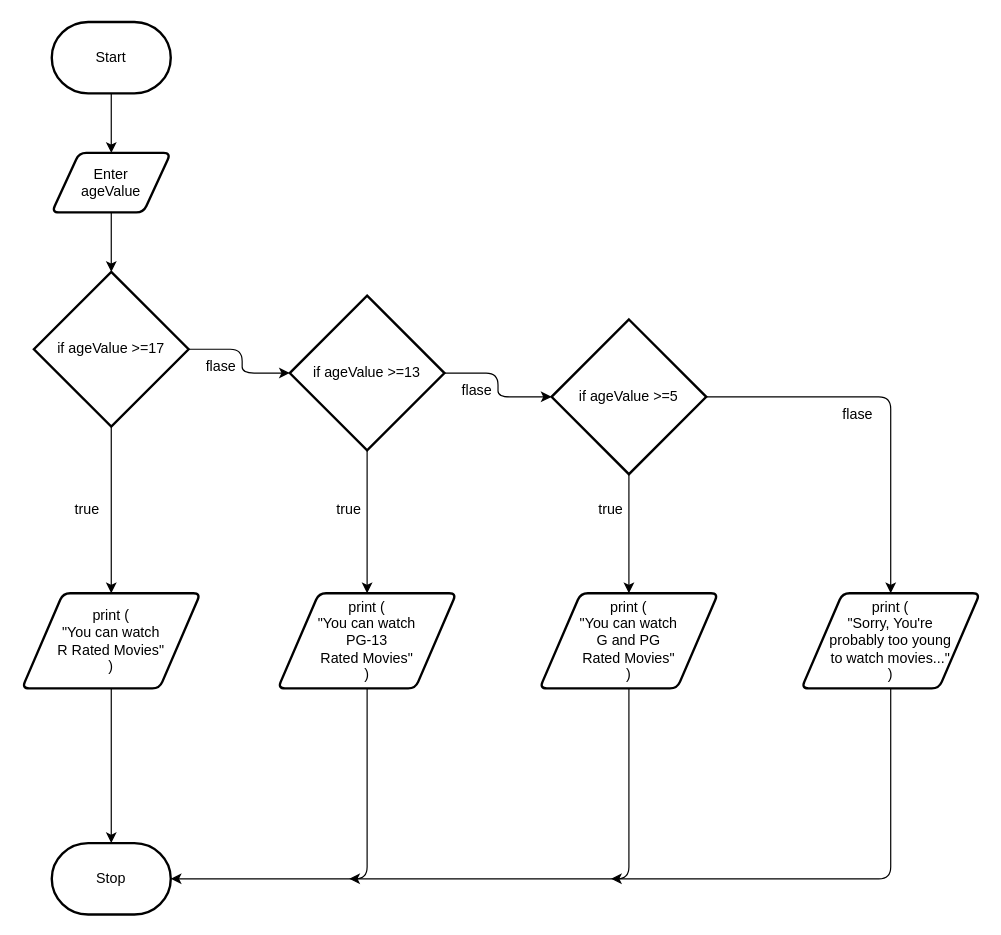
The draw.io diagram design/flow-chart.drawio in sam-corbett/ICS2O-Unit5-03-JS, before the edit. Source tidied: cells renumbered, new cells numbered last; positions are measured from the earlier drawing's top-left corner, leaving out a move shared by most shapes. Both pictures are drawn from the tidied source at 119%, with x=0, y=0 at pixel (21, 21).
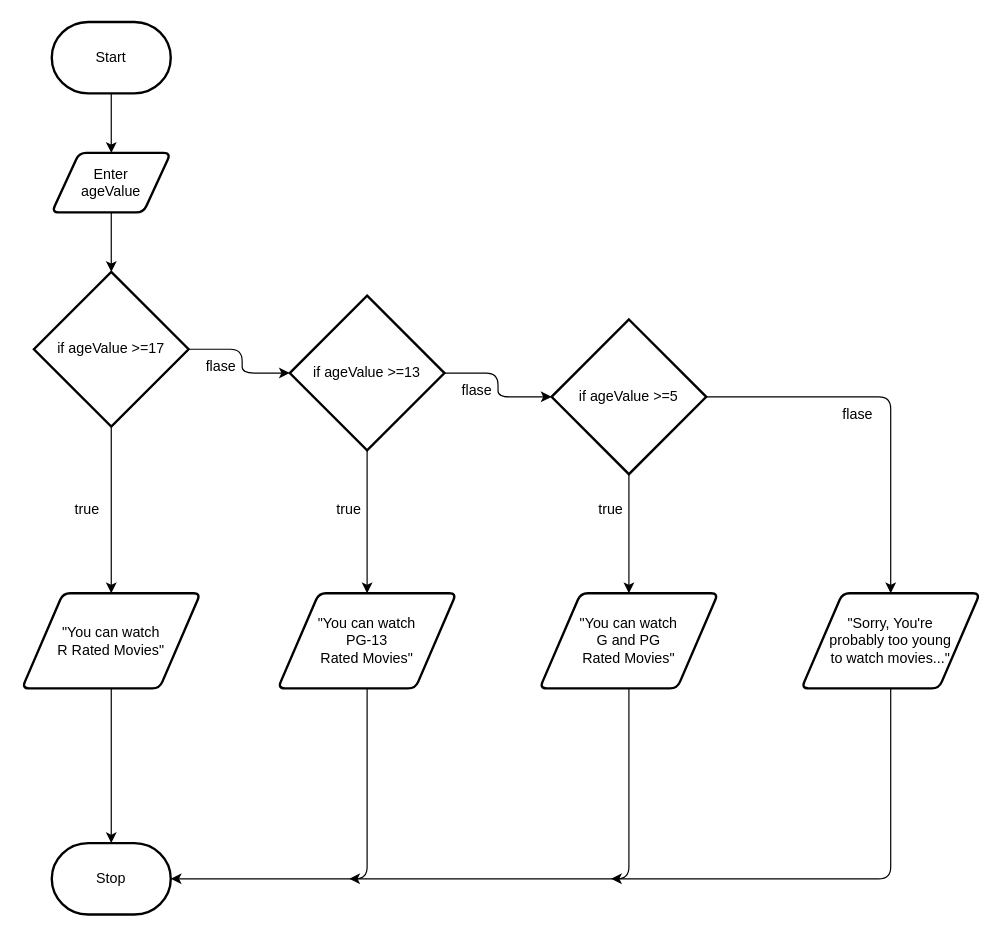
Above is the later version.

The edit, as a diff of the source:
```diff
@@
-    <mxCell id="10" value="&lt;span style=&quot;font-size: 12px&quot;&gt;print (&lt;br&gt;&quot;You can watch&lt;br&gt;R Rated Movies&quot;&lt;br&gt;)&lt;br&gt;&lt;/span&gt;" style="shape=parallelogram;html=1;strokeWidth=2;perimeter=parallelogramPerimeter;whiteSpace=wrap;rounded=1;arcSize=12;size=0.23;fontSize=9;" parent="1" vertex="1">
+    <mxCell id="10" value="&lt;span style=&quot;font-size: 12px&quot;&gt;&quot;You can watch&lt;br&gt;R Rated Movies&quot;&lt;br&gt;&lt;/span&gt;" style="shape=parallelogram;html=1;strokeWidth=2;perimeter=parallelogramPerimeter;whiteSpace=wrap;rounded=1;arcSize=12;size=0.23;fontSize=9;" parent="1" vertex="1">
       <mxGeometry y="480" width="150" height="80" as="geometry" />
     </mxCell>
@@
-    <mxCell id="16" value="&lt;span style=&quot;font-size: 12px&quot;&gt;print (&lt;br&gt;&quot;You can watch&lt;br&gt;PG-13 &lt;br&gt;Rated Movies&quot;&lt;br&gt;)&lt;br&gt;&lt;/span&gt;" style="shape=parallelogram;html=1;strokeWidth=2;perimeter=parallelogramPerimeter;whiteSpace=wrap;rounded=1;arcSize=12;size=0.23;fontSize=9;" parent="1" vertex="1">
+    <mxCell id="16" value="&lt;span style=&quot;font-size: 12px&quot;&gt;&quot;You can watch&lt;br&gt;PG-13 &lt;br&gt;Rated Movies&quot;&lt;br&gt;&lt;/span&gt;" style="shape=parallelogram;html=1;strokeWidth=2;perimeter=parallelogramPerimeter;whiteSpace=wrap;rounded=1;arcSize=12;size=0.23;fontSize=9;" parent="1" vertex="1">
       <mxGeometry x="215" y="480" width="150" height="80" as="geometry" />
     </mxCell>
@@
-    <mxCell id="23" value="&lt;span style=&quot;font-size: 12px&quot;&gt;print (&lt;br&gt;&quot;You can watch&lt;br&gt;G and PG &lt;br&gt;Rated Movies&quot;&lt;br&gt;)&lt;br&gt;&lt;/span&gt;" style="shape=parallelogram;html=1;strokeWidth=2;perimeter=parallelogramPerimeter;whiteSpace=wrap;rounded=1;arcSize=12;size=0.23;fontSize=9;" parent="1" vertex="1">
+    <mxCell id="23" value="&lt;span style=&quot;font-size: 12px&quot;&gt;&quot;You can watch&lt;br&gt;G and PG &lt;br&gt;Rated Movies&quot;&lt;br&gt;&lt;/span&gt;" style="shape=parallelogram;html=1;strokeWidth=2;perimeter=parallelogramPerimeter;whiteSpace=wrap;rounded=1;arcSize=12;size=0.23;fontSize=9;" parent="1" vertex="1">
       <mxGeometry x="435" y="480" width="150" height="80" as="geometry" />
     </mxCell>
@@
-    <mxCell id="25" value="&lt;span style=&quot;font-size: 12px&quot;&gt;print (&lt;br&gt;&quot;Sorry, You're&lt;br&gt;probably too young&lt;br&gt;to watch movies...&quot;&lt;br&gt;)&lt;br&gt;&lt;/span&gt;" style="shape=parallelogram;html=1;strokeWidth=2;perimeter=parallelogramPerimeter;whiteSpace=wrap;rounded=1;arcSize=12;size=0.23;fontSize=9;" parent="1" vertex="1">
+    <mxCell id="25" value="&lt;span style=&quot;font-size: 12px&quot;&gt;&quot;Sorry, You're&lt;br&gt;probably too young&lt;br&gt;to watch movies...&quot;&lt;br&gt;&lt;/span&gt;" style="shape=parallelogram;html=1;strokeWidth=2;perimeter=parallelogramPerimeter;whiteSpace=wrap;rounded=1;arcSize=12;size=0.23;fontSize=9;" parent="1" vertex="1">
       <mxGeometry x="655" y="480" width="150" height="80" as="geometry" />
     </mxCell>
```
